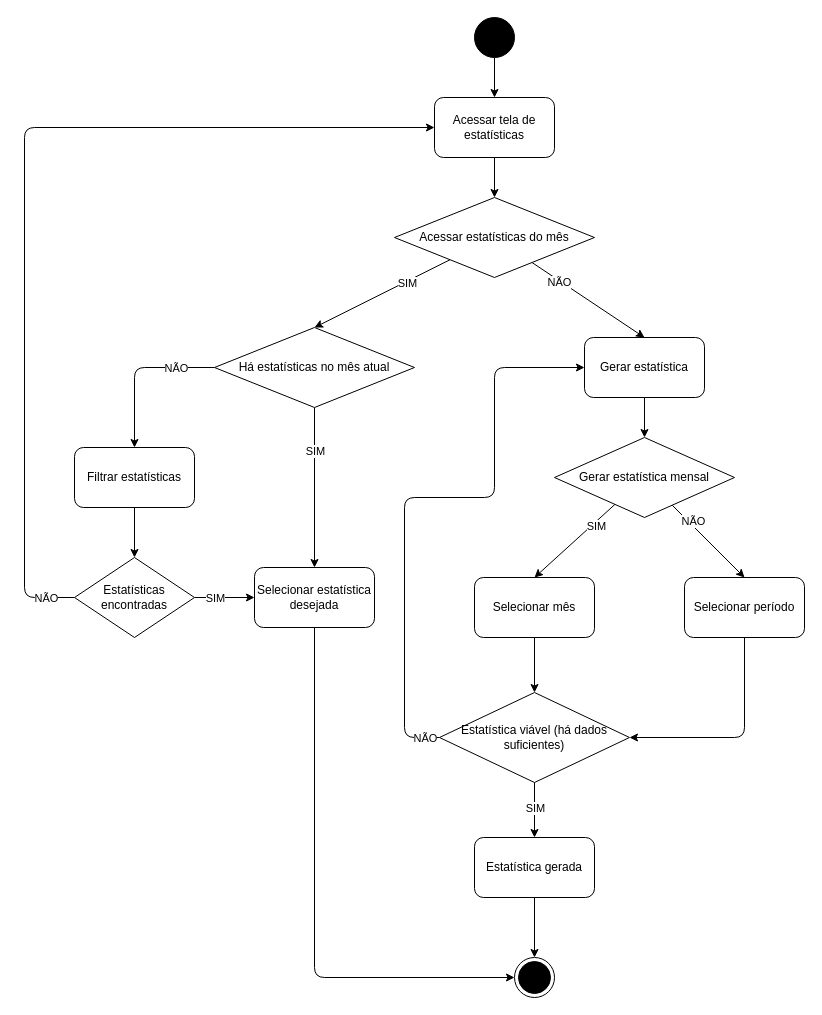
Before: docs/diagramas_atividade/tela_de_estatísticas.drawio in raisson-souza/morfeus-backend, a draw.io diagram. Source tidied: cells renumbered, new cells numbered last; positions are measured from the earlier drawing's top-left corner, leaving out a move shared by most shapes. Both pictures are drawn from the tidied source at 100%, with x=0, y=0 at pixel (24, 17).
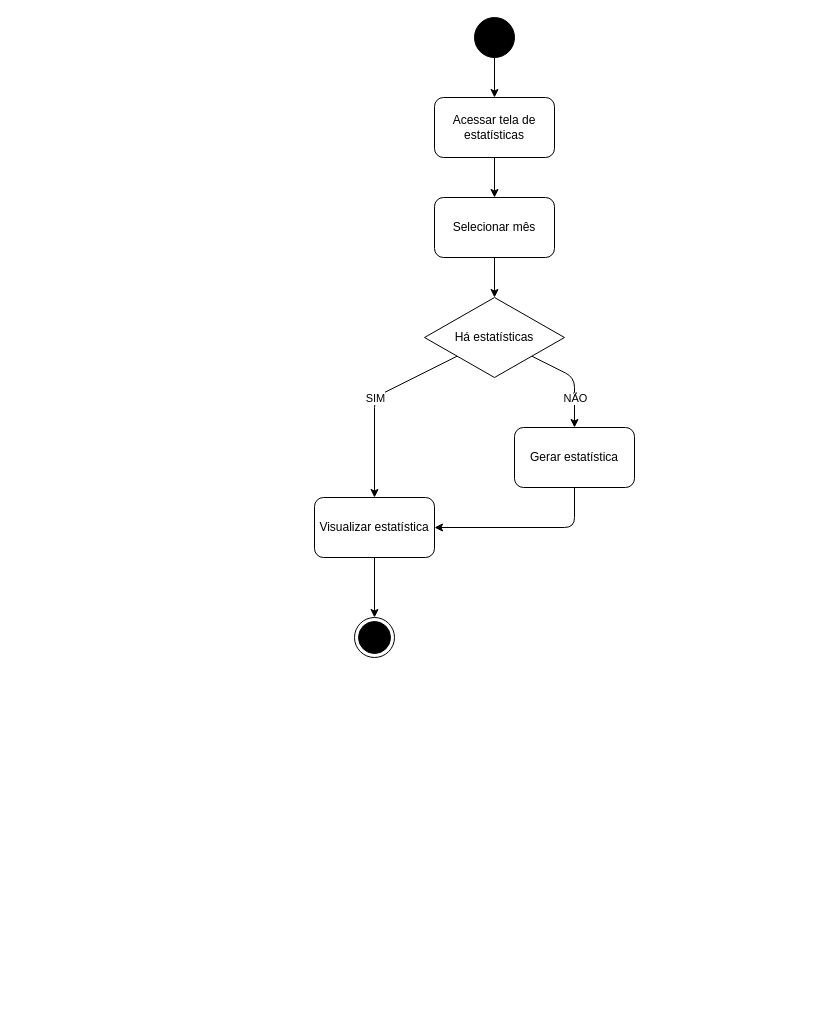
Above is the later version.

Commit message (it also covers changes not shown here):
Atualização dos diagramas que envolvem estatísticas de sonho e sono.

The change refers to these unchanged cells:
```xml
<mxCell id="6" value="Acessar tela de estatísticas" style="rounded=1;whiteSpace=wrap;html=1;" parent="1" vertex="1">
  <mxGeometry x="410" y="80" width="120" height="60" as="geometry" />
</mxCell>
```

The edit, as a diff of the source:
```diff
@@
     <mxCell id="4" style="ellipse;html=1;shape=endState;fillColor=strokeColor;" parent="1" vertex="1">
-      <mxGeometry x="490" y="940" width="40" height="40" as="geometry" />
+      <mxGeometry x="330" y="600" width="40" height="40" as="geometry" />
     </mxCell>
-    <mxCell id="5" style="edgeStyle=none;html=1;entryX=0.5;entryY=0;entryDx=0;entryDy=0;" parent="1" edge="1" source="6" target="11">
+    <mxCell id="5" style="edgeStyle=none;html=1;entryX=0.5;entryY=0;entryDx=0;entryDy=0;" parent="1" edge="1" source="6" target="20">
       <mxGeometry relative="1" as="geometry" />
     </mxCell>
@@
-    <mxCell id="7" style="edgeStyle=none;html=1;entryX=0.5;entryY=0;entryDx=0;entryDy=0;" parent="1" edge="1" source="11" target="13">
-      <mxGeometry relative="1" as="geometry" />
-    </mxCell>
-    <mxCell id="8" value="NÃO" style="edgeLabel;html=1;align=center;verticalAlign=middle;" parent="7" vertex="1">
-      <mxGeometry x="-0.51" y="-1" relative="1" as="geometry" />
-    </mxCell>
-    <mxCell id="9" style="edgeStyle=none;html=1;entryX=0.5;entryY=0;entryDx=0;entryDy=0;" parent="1" edge="1" source="11" target="34">
-      <mxGeometry relative="1" as="geometry" />
-    </mxCell>
-    <mxCell id="10" value="SIM" style="edgeLabel;html=1;align=center;verticalAlign=middle;" parent="9" vertex="1">
-      <mxGeometry x="-0.35" y="1" relative="1" as="geometry" />
-    </mxCell>
-    <mxCell id="11" value="Acessar estatísticas do mês" style="rhombus;whiteSpace=wrap;html=1;" parent="1" vertex="1">
-      <mxGeometry x="370" y="180" width="200" height="80" as="geometry" />
-    </mxCell>
-    <mxCell id="12" style="edgeStyle=none;html=1;entryX=0.5;entryY=0;entryDx=0;entryDy=0;" parent="1" edge="1" source="13" target="18">
-      <mxGeometry relative="1" as="geometry" />
-    </mxCell>
+    <mxCell id="44" style="edgeStyle=none;html=1;entryX=0.5;entryY=0;entryDx=0;entryDy=0;" parent="1" edge="1" source="20" target="49">
+      <mxGeometry relative="1" as="geometry" />
+    </mxCell>
+    <mxCell id="20" value="Selecionar mês" style="rounded=1;whiteSpace=wrap;html=1;" parent="1" vertex="1">
+      <mxGeometry x="410" y="180" width="120" height="60" as="geometry" />
+    </mxCell>
+    <mxCell id="45" style="edgeStyle=none;html=1;entryX=0.5;entryY=0;entryDx=0;entryDy=0;" parent="1" edge="1" source="49" target="51">
+      <mxGeometry relative="1" as="geometry">
+        <Array as="points">
+          <mxPoint x="350" y="380" />
+        </Array>
+      </mxGeometry>
+    </mxCell>
+    <mxCell id="46" value="SIM" style="edgeLabel;html=1;align=center;verticalAlign=middle;" parent="45" vertex="1">
+      <mxGeometry x="-0.58" y="5" relative="1" as="geometry">
+        <mxPoint x="-49" y="19" as="offset" />
+      </mxGeometry>
+    </mxCell>
+    <mxCell id="47" style="edgeStyle=none;html=1;entryX=0.5;entryY=0;entryDx=0;entryDy=0;" parent="1" edge="1" source="49" target="13">
+      <mxGeometry relative="1" as="geometry">
+        <Array as="points">
+          <mxPoint x="550" y="360" />
+        </Array>
+      </mxGeometry>
+    </mxCell>
+    <mxCell id="48" value="NÃO" style="edgeLabel;html=1;align=center;verticalAlign=middle;" parent="47" vertex="1">
+      <mxGeometry x="0.37" y="4" relative="1" as="geometry">
+        <mxPoint x="-4" y="1" as="offset" />
+      </mxGeometry>
+    </mxCell>
+    <mxCell id="49" value="Há estatísticas" style="rhombus;whiteSpace=wrap;html=1;" parent="1" vertex="1">
+      <mxGeometry x="400" y="280" width="140" height="80" as="geometry" />
+    </mxCell>
+    <mxCell id="50" style="edgeStyle=none;html=1;entryX=0.5;entryY=0;entryDx=0;entryDy=0;" parent="1" edge="1" source="51" target="4">
+      <mxGeometry relative="1" as="geometry" />
+    </mxCell>
+    <mxCell id="51" value="Visualizar estatística" style="rounded=1;whiteSpace=wrap;html=1;" parent="1" vertex="1">
+      <mxGeometry x="290" y="480" width="120" height="60" as="geometry" />
+    </mxCell>
+    <mxCell id="52" style="edgeStyle=none;html=1;entryX=1;entryY=0.5;entryDx=0;entryDy=0;" parent="1" edge="1" source="13" target="51">
+      <mxGeometry relative="1" as="geometry">
+        <Array as="points">
+          <mxPoint x="550" y="510" />
+        </Array>
+      </mxGeometry>
+    </mxCell>
     <mxCell id="13" value="Gerar estatística" style="rounded=1;whiteSpace=wrap;html=1;" parent="1" vertex="1">
-      <mxGeometry x="560" y="320" width="120" height="60" as="geometry" />
+      <mxGeometry x="490" y="410" width="120" height="60" as="geometry" />
     </mxCell>
-    <mxCell id="14" style="edgeStyle=none;html=1;entryX=0.5;entryY=0;entryDx=0;entryDy=0;" parent="1" edge="1" source="18" target="20">
-      <mxGeometry relative="1" as="geometry" />
-    </mxCell>
-    <mxCell id="15" value="SIM" style="edgeLabel;html=1;align=center;verticalAlign=middle;" parent="14" vertex="1">
-      <mxGeometry x="-0.47" y="3" relative="1" as="geometry" />
-    </mxCell>
-    <mxCell id="16" style="edgeStyle=none;html=1;entryX=0.5;entryY=0;entryDx=0;entryDy=0;" parent="1" edge="1" source="18" target="29">
-      <mxGeometry relative="1" as="geometry" />
-    </mxCell>
-    <mxCell id="17" value="NÃO" style="edgeLabel;html=1;align=center;verticalAlign=middle;" parent="16" vertex="1">
-      <mxGeometry x="-0.5" y="3" relative="1" as="geometry" />
-    </mxCell>
-    <mxCell id="18" value="Gerar estatística mensal" style="rhombus;whiteSpace=wrap;html=1;" parent="1" vertex="1">
-      <mxGeometry x="530" y="420" width="180" height="80" as="geometry" />
-    </mxCell>
-    <mxCell id="19" style="edgeStyle=none;html=1;" parent="1" edge="1" source="20" target="25">
-      <mxGeometry relative="1" as="geometry" />
-    </mxCell>
-    <mxCell id="20" value="Selecionar mês" style="rounded=1;whiteSpace=wrap;html=1;" parent="1" vertex="1">
-      <mxGeometry x="450" y="560" width="120" height="60" as="geometry" />
-    </mxCell>
-    <mxCell id="21" style="edgeStyle=none;html=1;entryX=0;entryY=0.5;entryDx=0;entryDy=0;" parent="1" edge="1" source="25" target="13">
-      <mxGeometry relative="1" as="geometry">
-        <Array as="points">
-          <mxPoint x="380" y="720" />
-          <mxPoint x="380" y="480" />
-          <mxPoint x="470" y="480" />
-          <mxPoint x="470" y="350" />
-        </Array>
-      </mxGeometry>
-    </mxCell>
-    <mxCell id="22" value="NÃO" style="edgeLabel;html=1;align=center;verticalAlign=middle;" parent="21" vertex="1">
-      <mxGeometry x="-0.91" y="-1" relative="1" as="geometry">
-        <mxPoint x="11" y="1" as="offset" />
-      </mxGeometry>
-    </mxCell>
-    <mxCell id="23" style="edgeStyle=none;html=1;" parent="1" edge="1" source="25" target="27">
-      <mxGeometry relative="1" as="geometry" />
-    </mxCell>
-    <mxCell id="24" value="SIM" style="edgeLabel;html=1;align=center;verticalAlign=middle;" parent="23" vertex="1">
-      <mxGeometry x="-0.53" y="-2" relative="1" as="geometry">
-        <mxPoint x="2" y="12" as="offset" />
-      </mxGeometry>
-    </mxCell>
-    <mxCell id="25" value="Estatística viável (há dados suficientes)" style="rhombus;whiteSpace=wrap;html=1;" parent="1" vertex="1">
-      <mxGeometry x="415" y="675" width="190" height="90" as="geometry" />
-    </mxCell>
-    <mxCell id="26" style="edgeStyle=none;html=1;entryX=0.5;entryY=0;entryDx=0;entryDy=0;" parent="1" edge="1" source="27" target="4">
-      <mxGeometry relative="1" as="geometry" />
-    </mxCell>
-    <mxCell id="27" value="Estatística gerada" style="rounded=1;whiteSpace=wrap;html=1;" parent="1" vertex="1">
-      <mxGeometry x="450" y="820" width="120" height="60" as="geometry" />
-    </mxCell>
-    <mxCell id="28" style="edgeStyle=none;html=1;entryX=1;entryY=0.5;entryDx=0;entryDy=0;" parent="1" edge="1" source="29" target="25">
-      <mxGeometry relative="1" as="geometry">
-        <Array as="points">
-          <mxPoint x="720" y="720" />
-        </Array>
-      </mxGeometry>
-    </mxCell>
-    <mxCell id="29" value="Selecionar período" style="rounded=1;whiteSpace=wrap;html=1;" parent="1" vertex="1">
-      <mxGeometry x="660" y="560" width="120" height="60" as="geometry" />
-    </mxCell>
-    <mxCell id="30" style="edgeStyle=none;html=1;entryX=0.5;entryY=0;entryDx=0;entryDy=0;" parent="1" edge="1" source="34" target="36">
-      <mxGeometry relative="1" as="geometry" />
-    </mxCell>
-    <mxCell id="31" value="SIM" style="edgeLabel;html=1;align=center;verticalAlign=middle;" parent="30" vertex="1">
-      <mxGeometry x="-0.46" y="1" relative="1" as="geometry">
-        <mxPoint x="-1" as="offset" />
-      </mxGeometry>
-    </mxCell>
-    <mxCell id="32" style="edgeStyle=none;html=1;entryX=0.5;entryY=0;entryDx=0;entryDy=0;" parent="1" edge="1" source="34" target="38">
-      <mxGeometry relative="1" as="geometry">
-        <Array as="points">
-          <mxPoint x="110" y="350" />
-        </Array>
-      </mxGeometry>
-    </mxCell>
-    <mxCell id="33" value="NÃO" style="edgeLabel;html=1;align=center;verticalAlign=middle;" parent="32" vertex="1">
-      <mxGeometry x="-0.77" y="-3" relative="1" as="geometry">
-        <mxPoint x="-21" y="3" as="offset" />
-      </mxGeometry>
-    </mxCell>
-    <mxCell id="34" value="Há estatísticas no mês atual" style="rhombus;whiteSpace=wrap;html=1;" parent="1" vertex="1">
-      <mxGeometry x="190" y="310" width="200" height="80" as="geometry" />
-    </mxCell>
-    <mxCell id="35" style="edgeStyle=none;html=1;entryX=0;entryY=0.5;entryDx=0;entryDy=0;" parent="1" edge="1" source="36" target="4">
-      <mxGeometry relative="1" as="geometry">
-        <Array as="points">
-          <mxPoint x="290" y="960" />
-        </Array>
-      </mxGeometry>
-    </mxCell>
-    <mxCell id="36" value="Selecionar estatística desejada" style="rounded=1;whiteSpace=wrap;html=1;" parent="1" vertex="1">
-      <mxGeometry x="230" y="550" width="120" height="60" as="geometry" />
-    </mxCell>
-    <mxCell id="37" style="edgeStyle=none;html=1;entryX=0.5;entryY=0;entryDx=0;entryDy=0;" parent="1" edge="1" source="38" target="43">
-      <mxGeometry relative="1" as="geometry" />
-    </mxCell>
-    <mxCell id="38" value="Filtrar estatísticas" style="rounded=1;whiteSpace=wrap;html=1;" parent="1" vertex="1">
-      <mxGeometry x="50" y="430" width="120" height="60" as="geometry" />
-    </mxCell>
-    <mxCell id="39" style="edgeStyle=none;html=1;entryX=0;entryY=0.5;entryDx=0;entryDy=0;" parent="1" edge="1" source="43" target="36">
-      <mxGeometry relative="1" as="geometry" />
-    </mxCell>
-    <mxCell id="40" value="SIM" style="edgeLabel;html=1;align=center;verticalAlign=middle;" parent="39" vertex="1">
-      <mxGeometry x="0.3" y="1" relative="1" as="geometry">
-        <mxPoint x="-19" y="1" as="offset" />
-      </mxGeometry>
-    </mxCell>
-    <mxCell id="41" style="edgeStyle=none;html=1;entryX=0;entryY=0.5;entryDx=0;entryDy=0;" parent="1" edge="1" source="43" target="6">
-      <mxGeometry relative="1" as="geometry">
-        <Array as="points">
-          <mxPoint y="580" />
-          <mxPoint y="110" />
-        </Array>
-      </mxGeometry>
-    </mxCell>
-    <mxCell id="42" value="NÃO" style="edgeLabel;html=1;align=center;verticalAlign=middle;" parent="41" vertex="1">
-      <mxGeometry x="-0.97" y="-2" relative="1" as="geometry">
-        <mxPoint x="-15" y="2" as="offset" />
-      </mxGeometry>
-    </mxCell>
-    <mxCell id="43" value="Estatísticas encontradas" style="rhombus;whiteSpace=wrap;html=1;" parent="1" vertex="1">
-      <mxGeometry x="50" y="540" width="120" height="80" as="geometry" />
-    </mxCell>
```
